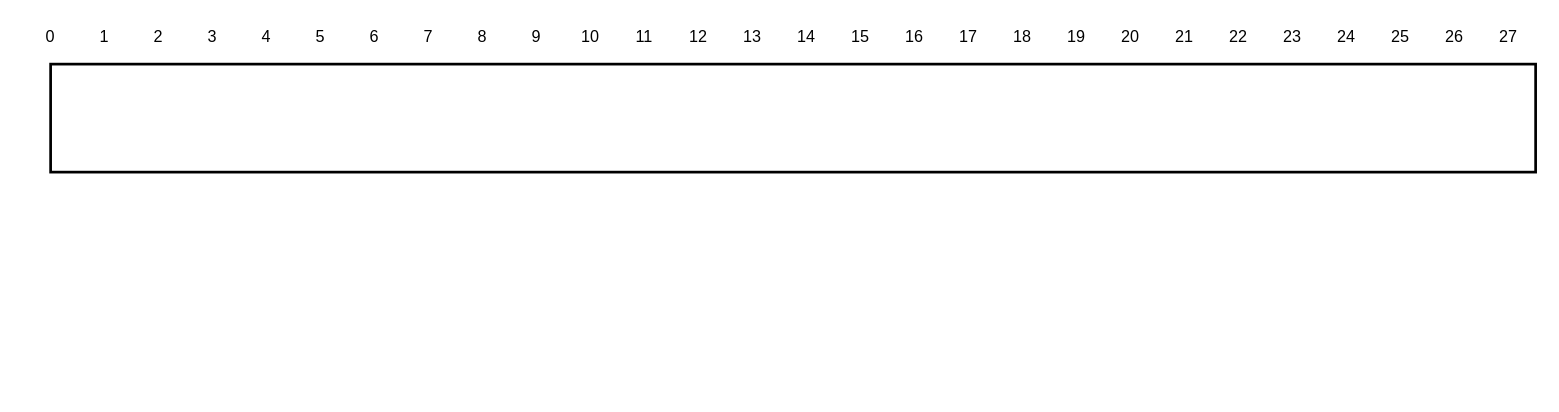
CorpDK/Drawing keeps this draw.io diagram as page "Temp OBJ" (1 of 8) of Teach OS Concepts.drawio. Above is the earlier version. Source tidied: cells renumbered, new cells numbered last; positions are measured from the earlier drawing's top-left corner, leaving out a move shared by most shapes. Both pictures are drawn from the tidied source at 135%, with x=0, y=0 at pixel (23, 23).
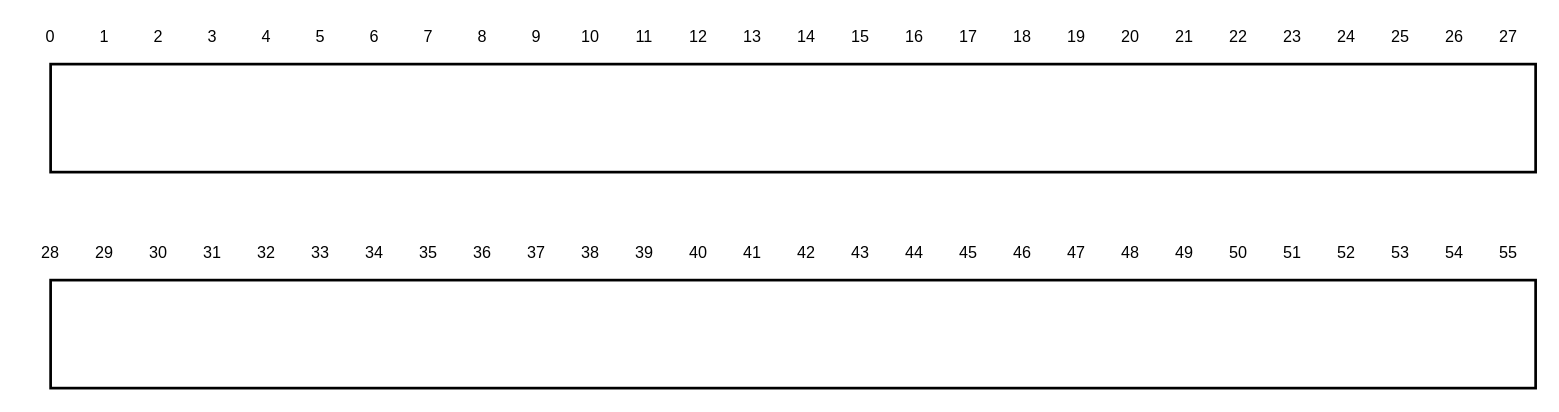
After the change.

The edit, as a diff of the source:
```diff
@@
+    <mxCell id="31" style="rounded=0;whiteSpace=wrap;html=1;fillColor=none;glass=0;strokeWidth=2;perimeter=rectanglePerimeter;" parent="1" vertex="1">
+      <mxGeometry x="20" y="190" width="1100" height="80" as="geometry" />
+    </mxCell>
+    <mxCell id="32" value="29" style="text;html=1;strokeColor=none;fillColor=none;align=center;verticalAlign=middle;whiteSpace=wrap;rounded=0;" parent="1" vertex="1">
+      <mxGeometry x="40" y="160" width="40" height="20" as="geometry" />
+    </mxCell>
+    <mxCell id="33" value="30" style="text;html=1;strokeColor=none;fillColor=none;align=center;verticalAlign=middle;whiteSpace=wrap;rounded=0;" parent="1" vertex="1">
+      <mxGeometry x="80" y="160" width="40" height="20" as="geometry" />
+    </mxCell>
+    <mxCell id="34" value="31" style="text;html=1;strokeColor=none;fillColor=none;align=center;verticalAlign=middle;whiteSpace=wrap;rounded=0;" parent="1" vertex="1">
+      <mxGeometry x="120" y="160" width="40" height="20" as="geometry" />
+    </mxCell>
+    <mxCell id="35" value="38" style="text;html=1;strokeColor=none;fillColor=none;align=center;verticalAlign=middle;whiteSpace=wrap;rounded=0;" parent="1" vertex="1">
+      <mxGeometry x="400" y="160" width="40" height="20" as="geometry" />
+    </mxCell>
+    <mxCell id="36" value="39" style="text;html=1;strokeColor=none;fillColor=none;align=center;verticalAlign=middle;whiteSpace=wrap;rounded=0;" parent="1" vertex="1">
+      <mxGeometry x="440" y="160" width="40" height="20" as="geometry" />
+    </mxCell>
+    <mxCell id="37" value="35" style="text;html=1;strokeColor=none;fillColor=none;align=center;verticalAlign=middle;whiteSpace=wrap;rounded=0;" parent="1" vertex="1">
+      <mxGeometry x="280" y="160" width="40" height="20" as="geometry" />
+    </mxCell>
+    <mxCell id="38" value="40" style="text;html=1;strokeColor=none;fillColor=none;align=center;verticalAlign=middle;whiteSpace=wrap;rounded=0;" parent="1" vertex="1">
+      <mxGeometry x="480" y="160" width="40" height="20" as="geometry" />
+    </mxCell>
+    <mxCell id="39" value="33" style="text;html=1;strokeColor=none;fillColor=none;align=center;verticalAlign=middle;whiteSpace=wrap;rounded=0;" parent="1" vertex="1">
+      <mxGeometry x="200" y="160" width="40" height="20" as="geometry" />
+    </mxCell>
+    <mxCell id="40" value="32" style="text;html=1;strokeColor=none;fillColor=none;align=center;verticalAlign=middle;whiteSpace=wrap;rounded=0;" parent="1" vertex="1">
+      <mxGeometry x="160" y="160" width="40" height="20" as="geometry" />
+    </mxCell>
+    <mxCell id="41" value="34" style="text;html=1;strokeColor=none;fillColor=none;align=center;verticalAlign=middle;whiteSpace=wrap;rounded=0;" parent="1" vertex="1">
+      <mxGeometry x="240" y="160" width="40" height="20" as="geometry" />
+    </mxCell>
+    <mxCell id="42" value="28" style="text;html=1;strokeColor=none;fillColor=none;align=center;verticalAlign=middle;whiteSpace=wrap;rounded=0;" parent="1" vertex="1">
+      <mxGeometry y="160" width="40" height="20" as="geometry" />
+    </mxCell>
+    <mxCell id="43" value="36" style="text;html=1;strokeColor=none;fillColor=none;align=center;verticalAlign=middle;whiteSpace=wrap;rounded=0;" parent="1" vertex="1">
+      <mxGeometry x="320" y="160" width="40" height="20" as="geometry" />
+    </mxCell>
+    <mxCell id="44" value="37" style="text;html=1;strokeColor=none;fillColor=none;align=center;verticalAlign=middle;whiteSpace=wrap;rounded=0;" parent="1" vertex="1">
+      <mxGeometry x="360" y="160" width="40" height="20" as="geometry" />
+    </mxCell>
+    <mxCell id="45" value="44" style="text;html=1;strokeColor=none;fillColor=none;align=center;verticalAlign=middle;whiteSpace=wrap;rounded=0;" parent="1" vertex="1">
+      <mxGeometry x="640" y="160" width="40" height="20" as="geometry" />
+    </mxCell>
+    <mxCell id="46" value="46" style="text;html=1;strokeColor=none;fillColor=none;align=center;verticalAlign=middle;whiteSpace=wrap;rounded=0;" parent="1" vertex="1">
+      <mxGeometry x="720" y="160" width="40" height="20" as="geometry" />
+    </mxCell>
+    <mxCell id="47" value="45" style="text;html=1;strokeColor=none;fillColor=none;align=center;verticalAlign=middle;whiteSpace=wrap;rounded=0;" parent="1" vertex="1">
+      <mxGeometry x="680" y="160" width="40" height="20" as="geometry" />
+    </mxCell>
+    <mxCell id="48" value="43" style="text;html=1;strokeColor=none;fillColor=none;align=center;verticalAlign=middle;whiteSpace=wrap;rounded=0;" parent="1" vertex="1">
+      <mxGeometry x="600" y="160" width="40" height="20" as="geometry" />
+    </mxCell>
+    <mxCell id="49" value="41" style="text;html=1;strokeColor=none;fillColor=none;align=center;verticalAlign=middle;whiteSpace=wrap;rounded=0;" parent="1" vertex="1">
+      <mxGeometry x="520" y="160" width="40" height="20" as="geometry" />
+    </mxCell>
+    <mxCell id="50" value="42" style="text;html=1;strokeColor=none;fillColor=none;align=center;verticalAlign=middle;whiteSpace=wrap;rounded=0;" parent="1" vertex="1">
+      <mxGeometry x="560" y="160" width="40" height="20" as="geometry" />
+    </mxCell>
+    <mxCell id="51" value="47" style="text;html=1;strokeColor=none;fillColor=none;align=center;verticalAlign=middle;whiteSpace=wrap;rounded=0;" parent="1" vertex="1">
+      <mxGeometry x="760" y="160" width="40" height="20" as="geometry" />
+    </mxCell>
+    <mxCell id="52" value="48" style="text;html=1;strokeColor=none;fillColor=none;align=center;verticalAlign=middle;whiteSpace=wrap;rounded=0;" parent="1" vertex="1">
+      <mxGeometry x="800" y="160" width="40" height="20" as="geometry" />
+    </mxCell>
+    <mxCell id="53" value="52" style="text;html=1;strokeColor=none;fillColor=none;align=center;verticalAlign=middle;whiteSpace=wrap;rounded=0;" parent="1" vertex="1">
+      <mxGeometry x="960" y="160" width="40" height="20" as="geometry" />
+    </mxCell>
+    <mxCell id="54" value="54" style="text;html=1;strokeColor=none;fillColor=none;align=center;verticalAlign=middle;whiteSpace=wrap;rounded=0;" parent="1" vertex="1">
+      <mxGeometry x="1040" y="160" width="40" height="20" as="geometry" />
+    </mxCell>
+    <mxCell id="55" value="53" style="text;html=1;strokeColor=none;fillColor=none;align=center;verticalAlign=middle;whiteSpace=wrap;rounded=0;" parent="1" vertex="1">
+      <mxGeometry x="1000" y="160" width="40" height="20" as="geometry" />
+    </mxCell>
+    <mxCell id="56" value="51" style="text;html=1;strokeColor=none;fillColor=none;align=center;verticalAlign=middle;whiteSpace=wrap;rounded=0;" parent="1" vertex="1">
+      <mxGeometry x="920" y="160" width="40" height="20" as="geometry" />
+    </mxCell>
+    <mxCell id="57" value="49" style="text;html=1;strokeColor=none;fillColor=none;align=center;verticalAlign=middle;whiteSpace=wrap;rounded=0;" parent="1" vertex="1">
+      <mxGeometry x="840" y="160" width="40" height="20" as="geometry" />
+    </mxCell>
+    <mxCell id="58" value="50" style="text;html=1;strokeColor=none;fillColor=none;align=center;verticalAlign=middle;whiteSpace=wrap;rounded=0;" parent="1" vertex="1">
+      <mxGeometry x="880" y="160" width="40" height="20" as="geometry" />
+    </mxCell>
+    <mxCell id="59" value="55" style="text;html=1;strokeColor=none;fillColor=none;align=center;verticalAlign=middle;whiteSpace=wrap;rounded=0;" parent="1" vertex="1">
+      <mxGeometry x="1080" y="160" width="40" height="20" as="geometry" />
+    </mxCell>
```
